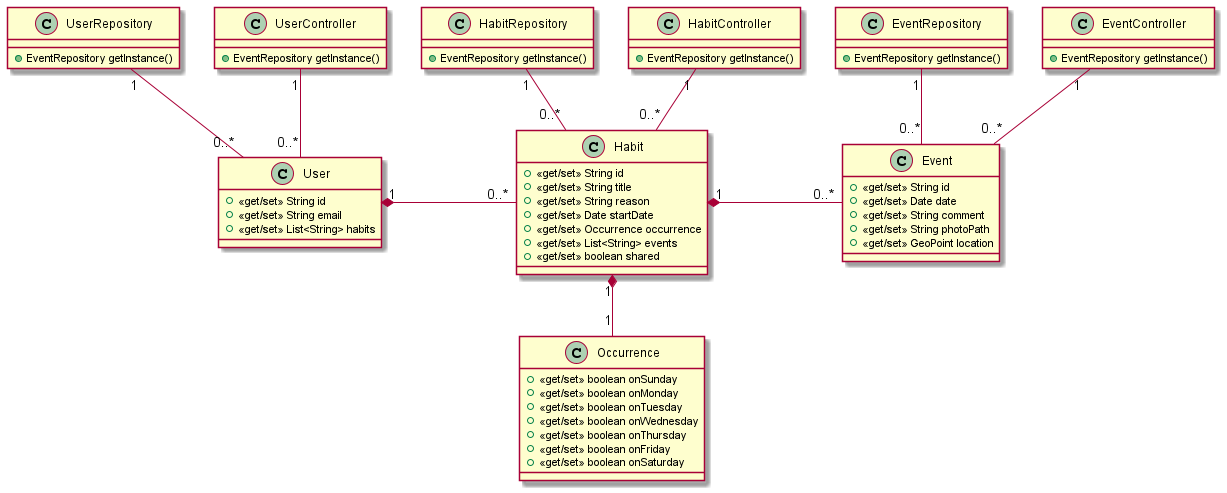
Earlier version of the PlantUML export doc/model_basic.png (CMPUT301F21T22/Nabu).
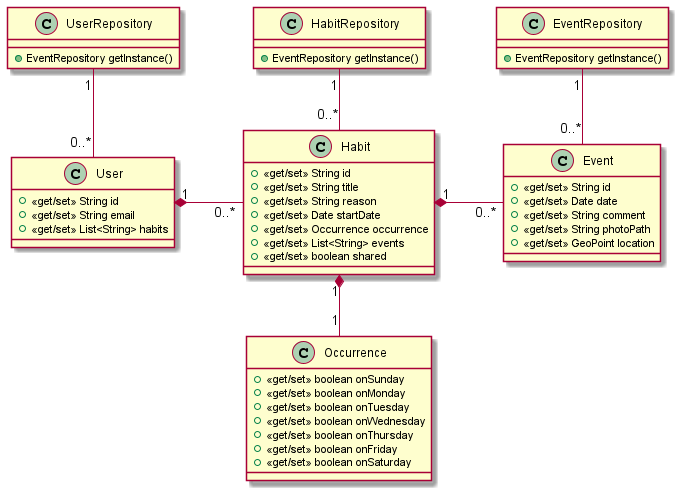
The same diagram one commit later.

Change to the diagram source:
```diff
@@ -9,18 +9,6 @@
 }
 
 class EventRepository {
-    + EventRepository getInstance()
-}
-
-class UserController {
-    + EventRepository getInstance()
-}
-
-class HabitController {
-    + EventRepository getInstance()
-}
-
-class EventController {
     + EventRepository getInstance()
 }
 
@@ -61,9 +49,6 @@
 UserRepository "1" -- "0..*" User
 HabitRepository "1" -- "0..*" Habit
 EventRepository "1" -- "0..*" Event
-UserController "1" -- "0..*" User
-HabitController "1" -- "0..*" Habit
-EventController "1" -- "0..*" Event
 
 User "1" *- "0..*" Habit : \t
 Habit "1" *- "0..*" Event : \t
```
